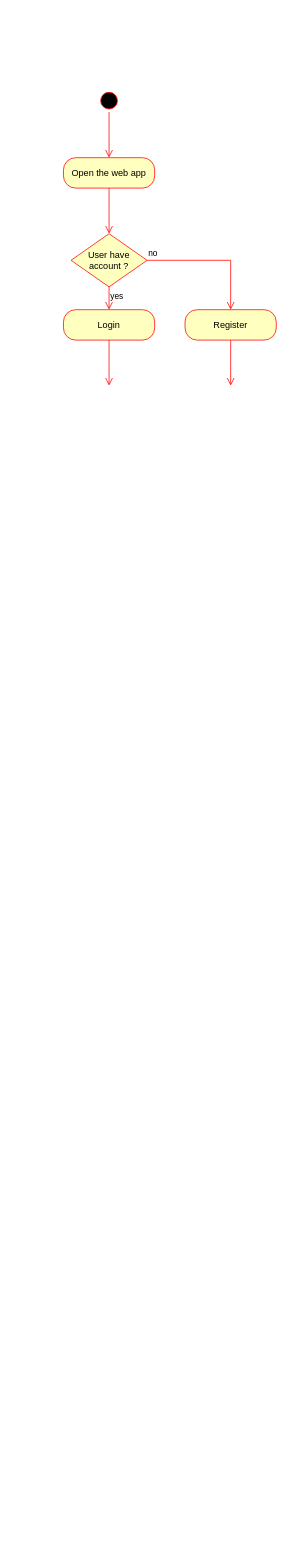
The draw.io diagram UML Assignement 2/Activity UML assignement 2.drawio in Melydgt/Draw-io-UML-England, before the edit. Source tidied: cells renumbered, new cells numbered last; positions are measured from the earlier drawing's top-left corner, leaving out a move shared by most shapes. Both pictures are drawn from the tidied source at 76%, with x=0, y=0 at pixel (63, 89).
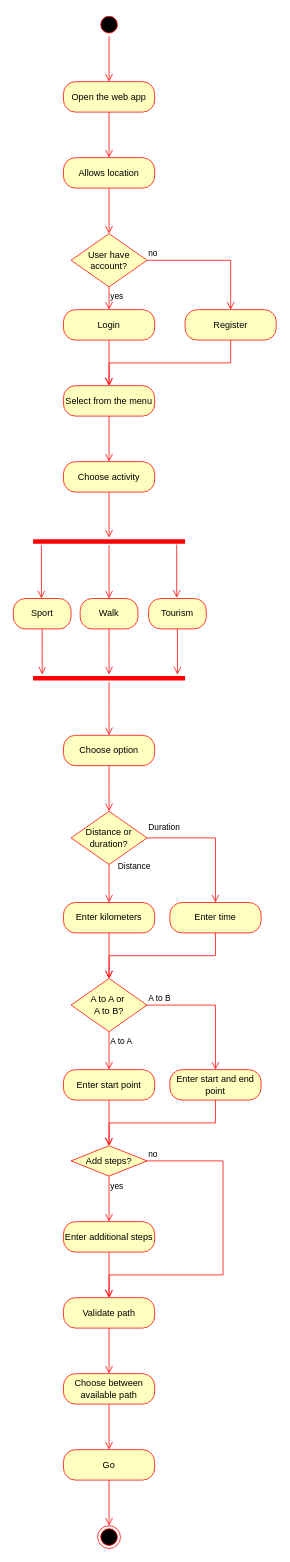
The same diagram, later.

Commit message (it also covers changes not shown here):
Mettre à jour Activity UML assignement 2.drawio

Unchanged cells that the change refers to:
```xml
<mxCell id="8" value="Register" style="rounded=1;whiteSpace=wrap;html=1;arcSize=40;fontColor=#000000;fillColor=#ffffc0;strokeColor=#ff0000;" parent="1" vertex="1">
  <mxGeometry x="160" y="290" width="120" height="40" as="geometry" />
</mxCell>
```

The edit, as a diff of the source:
```diff
@@
     <mxCell id="2" style="ellipse;html=1;shape=startState;fillColor=#000000;strokeColor=#ff0000;" parent="1" vertex="1">
-      <mxGeometry x="45" width="30" height="30" as="geometry" />
+      <mxGeometry x="45" y="-100" width="30" height="30" as="geometry" />
     </mxCell>
     <mxCell id="3" style="edgeStyle=orthogonalEdgeStyle;html=1;verticalAlign=bottom;endArrow=open;endSize=8;strokeColor=#ff0000;rounded=0;" parent="1" edge="1" source="2">
       <mxGeometry relative="1" as="geometry">
-        <mxPoint x="60" y="90" as="targetPoint" />
+        <mxPoint x="60" y="-10" as="targetPoint" />
       </mxGeometry>
     </mxCell>
     <mxCell id="4" value="Open the web app" style="rounded=1;whiteSpace=wrap;html=1;arcSize=40;fontColor=#000000;fillColor=#ffffc0;strokeColor=#ff0000;" parent="1" vertex="1">
-      <mxGeometry y="90" width="120" height="40" as="geometry" />
+      <mxGeometry y="-10" width="120" height="40" as="geometry" />
     </mxCell>
     <mxCell id="5" style="edgeStyle=orthogonalEdgeStyle;html=1;verticalAlign=bottom;endArrow=open;endSize=8;strokeColor=#ff0000;rounded=0;" parent="1" edge="1" source="4">
       <mxGeometry relative="1" as="geometry">
-        <mxPoint x="60" y="190" as="targetPoint" />
+        <mxPoint x="60" y="90" as="targetPoint" />
       </mxGeometry>
     </mxCell>
@@
-    <mxCell id="9" style="edgeStyle=orthogonalEdgeStyle;html=1;verticalAlign=bottom;endArrow=open;endSize=8;strokeColor=#ff0000;rounded=0;" parent="1" edge="1" source="8">
+    <mxCell id="9" style="edgeStyle=elbowEdgeStyle;html=1;verticalAlign=bottom;endArrow=open;endSize=8;strokeColor=#ff0000;rounded=0;elbow=vertical;" parent="1" edge="1" source="8">
       <mxGeometry relative="1" as="geometry">
-        <mxPoint x="220" y="390" as="targetPoint" />
+        <mxPoint x="60" y="390" as="targetPoint" />
       </mxGeometry>
     </mxCell>
-    <mxCell id="10" value="User have account ?" style="rhombus;whiteSpace=wrap;html=1;fillColor=#ffffc0;strokeColor=#ff0000;" parent="1" vertex="1">
+    <mxCell id="10" value="User have account?" style="rhombus;whiteSpace=wrap;html=1;fillColor=#ffffc0;strokeColor=#ff0000;" parent="1" vertex="1">
       <mxGeometry x="10" y="190" width="100" height="70" as="geometry" />
     </mxCell>
@@
+    <mxCell id="13" value="Allows location" style="rounded=1;whiteSpace=wrap;html=1;arcSize=40;fontColor=#000000;fillColor=#ffffc0;strokeColor=#ff0000;" parent="1" vertex="1">
+      <mxGeometry y="90" width="120" height="40" as="geometry" />
+    </mxCell>
+    <mxCell id="14" style="edgeStyle=orthogonalEdgeStyle;html=1;verticalAlign=bottom;endArrow=open;endSize=8;strokeColor=#ff0000;rounded=0;" parent="1" edge="1" source="13">
+      <mxGeometry relative="1" as="geometry">
+        <mxPoint x="60" y="190" as="targetPoint" />
+      </mxGeometry>
+    </mxCell>
+    <mxCell id="15" value="Choose activity" style="rounded=1;whiteSpace=wrap;html=1;arcSize=40;fontColor=#000000;fillColor=#ffffc0;strokeColor=#ff0000;" parent="1" vertex="1">
+      <mxGeometry y="490" width="120" height="40" as="geometry" />
+    </mxCell>
+    <mxCell id="16" style="edgeStyle=orthogonalEdgeStyle;html=1;verticalAlign=bottom;endArrow=open;endSize=8;strokeColor=#ff0000;rounded=0;" parent="1" edge="1" source="15">
+      <mxGeometry relative="1" as="geometry">
+        <mxPoint x="60" y="590" as="targetPoint" />
+      </mxGeometry>
+    </mxCell>
+    <mxCell id="17" style="shape=line;html=1;strokeWidth=6;strokeColor=#ff0000;" parent="1" vertex="1">
+      <mxGeometry x="-40" y="590" width="200" height="10" as="geometry" />
+    </mxCell>
+    <mxCell id="18" style="edgeStyle=orthogonalEdgeStyle;html=1;verticalAlign=bottom;endArrow=open;endSize=8;strokeColor=#ff0000;rounded=0;elbow=vertical;" parent="1" edge="1" source="17">
+      <mxGeometry relative="1" as="geometry">
+        <mxPoint x="60" y="670" as="targetPoint" />
+      </mxGeometry>
+    </mxCell>
+    <mxCell id="19" style="edgeStyle=orthogonalEdgeStyle;html=1;verticalAlign=bottom;endArrow=open;endSize=8;strokeColor=#ff0000;rounded=0;elbow=vertical;" parent="1" edge="1">
+      <mxGeometry relative="1" as="geometry">
+        <mxPoint x="149" y="599" as="sourcePoint" />
+        <mxPoint x="149" y="669" as="targetPoint" />
+        <Array as="points">
+          <mxPoint x="149" y="619" />
+          <mxPoint x="149" y="619" />
+        </Array>
+      </mxGeometry>
+    </mxCell>
+    <mxCell id="20" style="edgeStyle=orthogonalEdgeStyle;html=1;verticalAlign=bottom;endArrow=open;endSize=8;strokeColor=#ff0000;rounded=0;elbow=vertical;" parent="1" edge="1">
+      <mxGeometry relative="1" as="geometry">
+        <mxPoint x="-29" y="600" as="sourcePoint" />
+        <mxPoint x="-29" y="670" as="targetPoint" />
+      </mxGeometry>
+    </mxCell>
+    <mxCell id="21" value="Sport" style="rounded=1;whiteSpace=wrap;html=1;arcSize=40;fontColor=#000000;fillColor=#ffffc0;strokeColor=#ff0000;" parent="1" vertex="1">
+      <mxGeometry x="-66" y="670" width="76" height="40" as="geometry" />
+    </mxCell>
+    <mxCell id="22" style="edgeStyle=orthogonalEdgeStyle;html=1;verticalAlign=bottom;endArrow=open;endSize=8;strokeColor=#ff0000;rounded=0;elbow=vertical;" parent="1" edge="1" source="21">
+      <mxGeometry relative="1" as="geometry">
+        <mxPoint x="-28" y="770" as="targetPoint" />
+      </mxGeometry>
+    </mxCell>
+    <mxCell id="23" value="Walk" style="rounded=1;whiteSpace=wrap;html=1;arcSize=40;fontColor=#000000;fillColor=#ffffc0;strokeColor=#ff0000;" parent="1" vertex="1">
+      <mxGeometry x="22" y="670" width="76" height="40" as="geometry" />
+    </mxCell>
+    <mxCell id="24" style="edgeStyle=orthogonalEdgeStyle;html=1;verticalAlign=bottom;endArrow=open;endSize=8;strokeColor=#ff0000;rounded=0;elbow=vertical;" parent="1" edge="1" source="23">
+      <mxGeometry relative="1" as="geometry">
+        <mxPoint x="60" y="770" as="targetPoint" />
+      </mxGeometry>
+    </mxCell>
+    <mxCell id="25" value="Tourism" style="rounded=1;whiteSpace=wrap;html=1;arcSize=40;fontColor=#000000;fillColor=#ffffc0;strokeColor=#ff0000;" parent="1" vertex="1">
+      <mxGeometry x="112" y="670" width="76" height="40" as="geometry" />
+    </mxCell>
+    <mxCell id="26" style="edgeStyle=orthogonalEdgeStyle;html=1;verticalAlign=bottom;endArrow=open;endSize=8;strokeColor=#ff0000;rounded=0;elbow=vertical;" parent="1" edge="1" source="25">
+      <mxGeometry relative="1" as="geometry">
+        <mxPoint x="150" y="770" as="targetPoint" />
+      </mxGeometry>
+    </mxCell>
+    <mxCell id="27" style="shape=line;html=1;strokeWidth=6;strokeColor=#ff0000;" parent="1" vertex="1">
+      <mxGeometry x="-40" y="770" width="200" height="10" as="geometry" />
+    </mxCell>
+    <mxCell id="28" style="edgeStyle=orthogonalEdgeStyle;html=1;verticalAlign=bottom;endArrow=open;endSize=8;strokeColor=#ff0000;rounded=0;elbow=vertical;" parent="1" edge="1" source="27">
+      <mxGeometry relative="1" as="geometry">
+        <mxPoint x="60" y="850" as="targetPoint" />
+      </mxGeometry>
+    </mxCell>
+    <mxCell id="29" value="Choose option" style="rounded=1;whiteSpace=wrap;html=1;arcSize=40;fontColor=#000000;fillColor=#ffffc0;strokeColor=#ff0000;" parent="1" vertex="1">
+      <mxGeometry y="850" width="120" height="40" as="geometry" />
+    </mxCell>
+    <mxCell id="30" style="edgeStyle=orthogonalEdgeStyle;html=1;verticalAlign=bottom;endArrow=open;endSize=8;strokeColor=#ff0000;rounded=0;elbow=vertical;" parent="1" edge="1" source="29">
+      <mxGeometry relative="1" as="geometry">
+        <mxPoint x="60" y="950" as="targetPoint" />
+      </mxGeometry>
+    </mxCell>
+    <mxCell id="31" value="Enter additional steps" style="rounded=1;whiteSpace=wrap;html=1;arcSize=40;fontColor=#000000;fillColor=#ffffc0;strokeColor=#ff0000;" parent="1" vertex="1">
+      <mxGeometry y="1490" width="120" height="40" as="geometry" />
+    </mxCell>
+    <mxCell id="32" style="edgeStyle=orthogonalEdgeStyle;html=1;verticalAlign=bottom;endArrow=open;endSize=8;strokeColor=#ff0000;rounded=0;elbow=vertical;" parent="1" edge="1" source="31">
+      <mxGeometry relative="1" as="geometry">
+        <mxPoint x="60" y="1590" as="targetPoint" />
+      </mxGeometry>
+    </mxCell>
+    <mxCell id="33" value="Add steps?" style="rhombus;whiteSpace=wrap;html=1;fillColor=#ffffc0;strokeColor=#ff0000;" parent="1" vertex="1">
+      <mxGeometry x="10" y="1390" width="100" height="40" as="geometry" />
+    </mxCell>
+    <mxCell id="34" value="no" style="edgeStyle=orthogonalEdgeStyle;html=1;align=left;verticalAlign=bottom;endArrow=open;endSize=8;strokeColor=#ff0000;rounded=0;elbow=vertical;entryX=0.5;entryY=0;entryDx=0;entryDy=0;" parent="1" edge="1" source="33" target="50">
+      <mxGeometry x="-1" relative="1" as="geometry">
+        <Array as="points">
+          <mxPoint x="210" y="1410" />
+          <mxPoint x="210" y="1560" />
+          <mxPoint x="60" y="1560" />
+        </Array>
+      </mxGeometry>
+    </mxCell>
+    <mxCell id="35" value="yes" style="edgeStyle=orthogonalEdgeStyle;html=1;align=left;verticalAlign=top;endArrow=open;endSize=8;strokeColor=#ff0000;rounded=0;elbow=vertical;" parent="1" edge="1" source="33">
+      <mxGeometry x="-1" relative="1" as="geometry">
+        <mxPoint x="60" y="1490" as="targetPoint" />
+      </mxGeometry>
+    </mxCell>
+    <mxCell id="36" value="Enter kilometers" style="rounded=1;whiteSpace=wrap;html=1;arcSize=40;fontColor=#000000;fillColor=#ffffc0;strokeColor=#ff0000;" parent="1" vertex="1">
+      <mxGeometry y="1070" width="120" height="40" as="geometry" />
+    </mxCell>
+    <mxCell id="37" style="edgeStyle=orthogonalEdgeStyle;html=1;verticalAlign=bottom;endArrow=open;endSize=8;strokeColor=#ff0000;rounded=0;elbow=vertical;" parent="1" edge="1" source="36">
+      <mxGeometry relative="1" as="geometry">
+        <mxPoint x="60" y="1170" as="targetPoint" />
+      </mxGeometry>
+    </mxCell>
+    <mxCell id="38" value="Distance or duration?" style="rhombus;whiteSpace=wrap;html=1;fillColor=#ffffc0;strokeColor=#ff0000;" parent="1" vertex="1">
+      <mxGeometry x="10" y="950" width="100" height="70" as="geometry" />
+    </mxCell>
+    <mxCell id="39" value="Duration" style="edgeStyle=orthogonalEdgeStyle;html=1;align=left;verticalAlign=bottom;endArrow=open;endSize=8;strokeColor=#ff0000;rounded=0;elbow=vertical;entryX=0.5;entryY=0;entryDx=0;entryDy=0;" parent="1" edge="1" source="38" target="44">
+      <mxGeometry x="-1" y="5" relative="1" as="geometry" />
+    </mxCell>
+    <mxCell id="40" value="Distance" style="edgeStyle=orthogonalEdgeStyle;html=1;align=left;verticalAlign=top;endArrow=open;endSize=8;strokeColor=#ff0000;rounded=0;elbow=vertical;" parent="1" edge="1" source="38">
+      <mxGeometry x="-1" y="14" relative="1" as="geometry">
+        <mxPoint x="60" y="1070" as="targetPoint" />
+        <mxPoint x="-4" y="-10" as="offset" />
+      </mxGeometry>
+    </mxCell>
+    <mxCell id="41" value="A to A or&amp;nbsp;&lt;br&gt;A to B?" style="rhombus;whiteSpace=wrap;html=1;fillColor=#ffffc0;strokeColor=#ff0000;" parent="1" vertex="1">
+      <mxGeometry x="10" y="1170" width="100" height="70" as="geometry" />
+    </mxCell>
+    <mxCell id="42" value="A to B" style="edgeStyle=orthogonalEdgeStyle;html=1;align=left;verticalAlign=bottom;endArrow=open;endSize=8;strokeColor=#ff0000;rounded=0;elbow=vertical;entryX=0.5;entryY=0;entryDx=0;entryDy=0;" parent="1" edge="1" source="41" target="48">
+      <mxGeometry x="-1" relative="1" as="geometry">
+        <Array as="points">
+          <mxPoint x="200" y="1205" />
+        </Array>
+      </mxGeometry>
+    </mxCell>
+    <mxCell id="43" value="A to A" style="edgeStyle=orthogonalEdgeStyle;html=1;align=left;verticalAlign=top;endArrow=open;endSize=8;strokeColor=#ff0000;rounded=0;elbow=vertical;" parent="1" edge="1" source="41">
+      <mxGeometry x="-1" relative="1" as="geometry">
+        <mxPoint x="60" y="1290" as="targetPoint" />
+      </mxGeometry>
+    </mxCell>
+    <mxCell id="44" value="Enter time" style="rounded=1;whiteSpace=wrap;html=1;arcSize=40;fontColor=#000000;fillColor=#ffffc0;strokeColor=#ff0000;" parent="1" vertex="1">
+      <mxGeometry x="140" y="1070" width="120" height="40" as="geometry" />
+    </mxCell>
+    <mxCell id="45" style="edgeStyle=elbowEdgeStyle;html=1;verticalAlign=bottom;endArrow=open;endSize=8;strokeColor=#ff0000;rounded=0;elbow=vertical;entryX=0.5;entryY=0;entryDx=0;entryDy=0;" parent="1" edge="1" source="44" target="41">
+      <mxGeometry relative="1" as="geometry" />
+    </mxCell>
+    <mxCell id="46" value="Enter start point" style="rounded=1;whiteSpace=wrap;html=1;arcSize=40;fontColor=#000000;fillColor=#ffffc0;strokeColor=#ff0000;" parent="1" vertex="1">
+      <mxGeometry y="1290" width="120" height="40" as="geometry" />
+    </mxCell>
+    <mxCell id="47" style="edgeStyle=orthogonalEdgeStyle;html=1;verticalAlign=bottom;endArrow=open;endSize=8;strokeColor=#ff0000;rounded=0;elbow=vertical;" parent="1" edge="1" source="46">
+      <mxGeometry relative="1" as="geometry">
+        <mxPoint x="60" y="1390" as="targetPoint" />
+      </mxGeometry>
+    </mxCell>
+    <mxCell id="48" value="Enter start and end point" style="rounded=1;whiteSpace=wrap;html=1;arcSize=40;fontColor=#000000;fillColor=#ffffc0;strokeColor=#ff0000;" parent="1" vertex="1">
+      <mxGeometry x="140" y="1290" width="120" height="40" as="geometry" />
+    </mxCell>
+    <mxCell id="49" style="edgeStyle=elbowEdgeStyle;html=1;verticalAlign=bottom;endArrow=open;endSize=8;strokeColor=#ff0000;rounded=0;elbow=vertical;entryX=0.5;entryY=0;entryDx=0;entryDy=0;" parent="1" edge="1" source="48" target="33">
+      <mxGeometry relative="1" as="geometry" />
+    </mxCell>
+    <mxCell id="50" value="Validate path" style="rounded=1;whiteSpace=wrap;html=1;arcSize=40;fontColor=#000000;fillColor=#ffffc0;strokeColor=#ff0000;" parent="1" vertex="1">
+      <mxGeometry y="1590" width="120" height="40" as="geometry" />
+    </mxCell>
+    <mxCell id="51" style="edgeStyle=orthogonalEdgeStyle;html=1;verticalAlign=bottom;endArrow=open;endSize=8;strokeColor=#ff0000;rounded=0;elbow=vertical;" parent="1" edge="1" source="50">
+      <mxGeometry relative="1" as="geometry">
+        <mxPoint x="60" y="1690" as="targetPoint" />
+      </mxGeometry>
+    </mxCell>
+    <mxCell id="52" value="Choose between available path" style="rounded=1;whiteSpace=wrap;html=1;arcSize=40;fontColor=#000000;fillColor=#ffffc0;strokeColor=#ff0000;" parent="1" vertex="1">
+      <mxGeometry y="1690" width="120" height="40" as="geometry" />
+    </mxCell>
+    <mxCell id="53" style="edgeStyle=orthogonalEdgeStyle;html=1;verticalAlign=bottom;endArrow=open;endSize=8;strokeColor=#ff0000;rounded=0;elbow=vertical;" parent="1" edge="1" source="52">
+      <mxGeometry relative="1" as="geometry">
+        <mxPoint x="60" y="1790" as="targetPoint" />
+      </mxGeometry>
+    </mxCell>
+    <mxCell id="54" value="Go" style="rounded=1;whiteSpace=wrap;html=1;arcSize=40;fontColor=#000000;fillColor=#ffffc0;strokeColor=#ff0000;" parent="1" vertex="1">
+      <mxGeometry y="1790" width="120" height="40" as="geometry" />
+    </mxCell>
+    <mxCell id="55" style="edgeStyle=orthogonalEdgeStyle;html=1;verticalAlign=bottom;endArrow=open;endSize=8;strokeColor=#ff0000;rounded=0;elbow=vertical;" parent="1" edge="1" source="54">
+      <mxGeometry relative="1" as="geometry">
+        <mxPoint x="60" y="1890" as="targetPoint" />
+      </mxGeometry>
+    </mxCell>
+    <mxCell id="56" style="ellipse;html=1;shape=endState;fillColor=#000000;strokeColor=#ff0000;" parent="1" vertex="1">
+      <mxGeometry x="45" y="1890" width="30" height="30" as="geometry" />
+    </mxCell>
+    <mxCell id="57" value="Select from the menu" style="rounded=1;whiteSpace=wrap;html=1;arcSize=40;fontColor=#000000;fillColor=#ffffc0;strokeColor=#ff0000;" parent="1" vertex="1">
+      <mxGeometry y="390" width="120" height="40" as="geometry" />
+    </mxCell>
+    <mxCell id="58" style="edgeStyle=orthogonalEdgeStyle;html=1;verticalAlign=bottom;endArrow=open;endSize=8;strokeColor=#ff0000;rounded=0;elbow=vertical;" parent="1" edge="1" source="57">
+      <mxGeometry relative="1" as="geometry">
+        <mxPoint x="60" y="490" as="targetPoint" />
+      </mxGeometry>
+    </mxCell>
```
